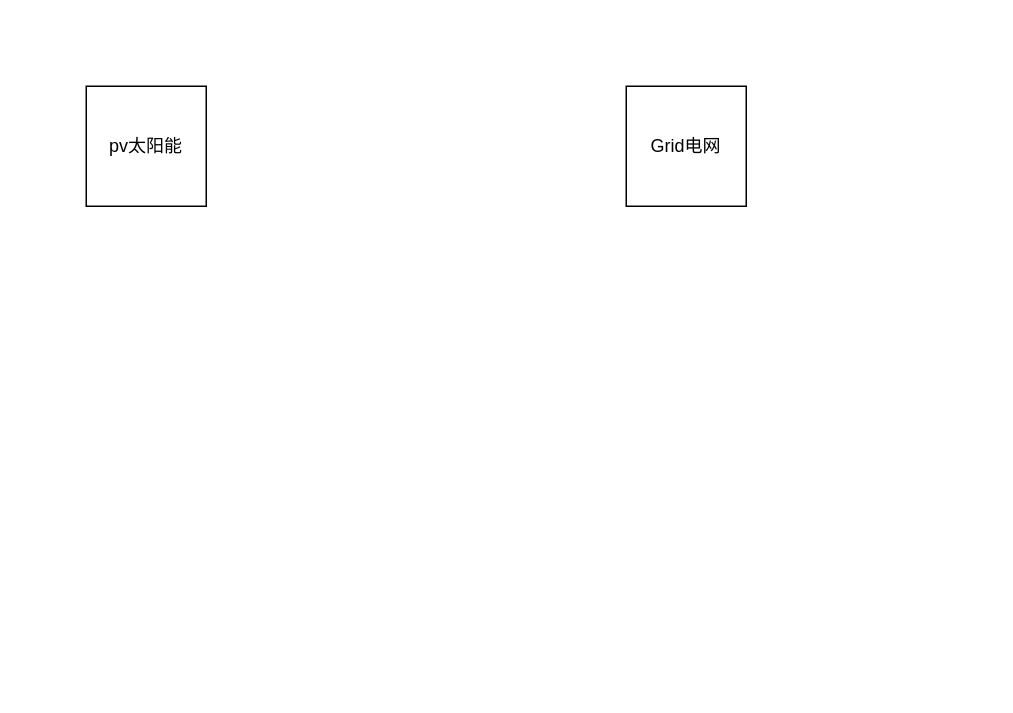
Above: 电能流向图.drawio in 18829388150/hello-world (draw.io), before the change. Source tidied: cells renumbered, new cells numbered last; positions are measured from the earlier drawing's top-left corner, leaving out a move shared by most shapes. Both pictures are drawn from the tidied source at 150%, with x=0, y=0 at pixel (86, 86).
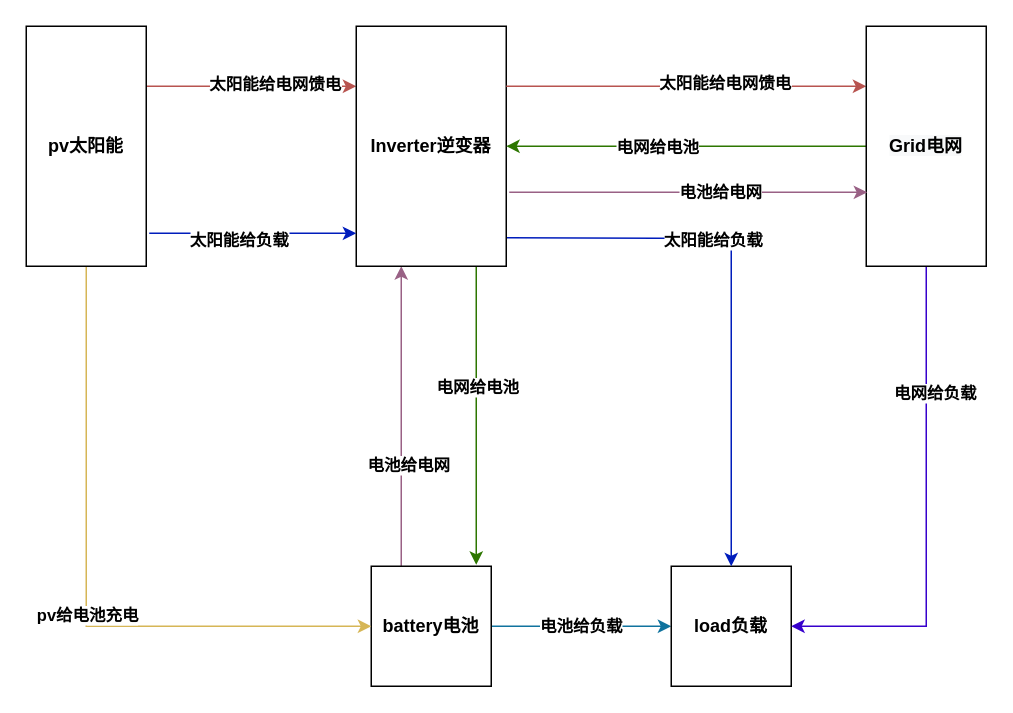
The same diagram, later.

Commit message:
Update 电能流向图.drawio

Change to the diagram source:
```diff
@@
+    <mxCell id="4" style="edgeStyle=orthogonalEdgeStyle;rounded=0;jettySize=auto;html=1;entryX=0;entryY=0.25;entryDx=0;entryDy=0;fillColor=#f8cecc;strokeColor=#b85450;exitX=1;exitY=0.25;exitDx=0;exitDy=0;fontStyle=1;" parent="1" edge="1" source="2" target="15">
+      <mxGeometry relative="1" as="geometry" />
+    </mxCell>
+    <mxCell id="5" value="太阳能给电网馈电" style="edgeLabel;html=1;align=center;verticalAlign=middle;fontStyle=1;" parent="4" vertex="1">
+      <mxGeometry x="0.21" y="2" relative="1" as="geometry" />
+    </mxCell>
+    <mxCell id="6" style="edgeStyle=orthogonalEdgeStyle;rounded=0;jettySize=auto;html=1;exitX=0.25;exitY=0;exitDx=0;exitDy=0;fillColor=#e6d0de;strokeColor=#996185;gradientColor=#d5739d;fontStyle=1;" parent="1" edge="1" source="9">
+      <mxGeometry relative="1" as="geometry">
+        <mxPoint x="210" y="120" as="targetPoint" />
+      </mxGeometry>
+    </mxCell>
+    <mxCell id="7" value="电池给电网" style="edgeLabel;html=1;align=center;verticalAlign=middle;fontStyle=1;" parent="6" vertex="1">
+      <mxGeometry x="-0.32" y="-4" relative="1" as="geometry" />
+    </mxCell>
+    <mxCell id="8" value="电池给负载" style="edgeStyle=orthogonalEdgeStyle;rounded=0;jettySize=auto;html=1;entryX=0;entryY=0.5;entryDx=0;entryDy=0;fontStyle=1;fillColor=#b1ddf0;strokeColor=#10739e;" parent="1" edge="1" source="9" target="10">
+      <mxGeometry relative="1" as="geometry" />
+    </mxCell>
+    <mxCell id="9" value="battery电池" style="whiteSpace=wrap;html=1;fontStyle=1;" parent="1" vertex="1">
+      <mxGeometry x="190" y="320" width="80" height="80" as="geometry" />
+    </mxCell>
+    <mxCell id="10" value="load负载" style="whiteSpace=wrap;html=1;fontStyle=1;" parent="1" vertex="1">
+      <mxGeometry x="390" y="320" width="80" height="80" as="geometry" />
+    </mxCell>
+    <mxCell id="11" style="edgeStyle=orthogonalEdgeStyle;rounded=0;jettySize=auto;html=1;entryX=0.5;entryY=0;entryDx=0;entryDy=0;fillColor=#0050ef;strokeColor=#001DBC;fontStyle=1;" parent="1" edge="1" target="10">
+      <mxGeometry relative="1" as="geometry">
+        <mxPoint x="280" y="101" as="sourcePoint" />
+      </mxGeometry>
+    </mxCell>
+    <mxCell id="12" value="太阳能给负载" style="edgeLabel;html=1;align=center;verticalAlign=middle;fontStyle=1;" parent="11" vertex="1">
+      <mxGeometry x="-0.25" y="-1" relative="1" as="geometry" />
+    </mxCell>
+    <mxCell id="13" style="edgeStyle=orthogonalEdgeStyle;rounded=0;orthogonalLoop=1;jettySize=auto;html=1;fillColor=#60a917;strokeColor=#2D7600;fontStyle=1;" parent="1" edge="1">
+      <mxGeometry relative="1" as="geometry">
+        <mxPoint x="260" y="120" as="sourcePoint" />
+        <mxPoint x="260" y="319" as="targetPoint" />
+      </mxGeometry>
+    </mxCell>
+    <mxCell id="14" value="电网给电池" style="edgeLabel;html=1;align=center;verticalAlign=middle;fontStyle=1;" parent="13" vertex="1">
+      <mxGeometry x="0.22" relative="1" as="geometry">
+        <mxPoint y="-41" as="offset" />
+      </mxGeometry>
+    </mxCell>
+    <mxCell id="15" value="&lt;span&gt;Inverter逆变器&lt;/span&gt;" style="rounded=0;whiteSpace=wrap;html=1;fontStyle=1;" parent="1" vertex="1">
+      <mxGeometry x="180" y="-40" width="100" height="160" as="geometry" />
+    </mxCell>
+    <mxCell id="16" style="edgeStyle=orthogonalEdgeStyle;rounded=0;jettySize=auto;html=1;entryX=0;entryY=0.25;entryDx=0;entryDy=0;fillColor=#f8cecc;strokeColor=#b85450;exitX=1;exitY=0.25;exitDx=0;exitDy=0;fontStyle=1;" parent="1" edge="1" source="15" target="3">
+      <mxGeometry relative="1" as="geometry" />
+    </mxCell>
+    <mxCell id="17" value="太阳能给电网馈电" style="edgeLabel;html=1;align=center;verticalAlign=middle;fontStyle=1;" parent="16" vertex="1">
+      <mxGeometry x="0.21" y="2" relative="1" as="geometry" />
+    </mxCell>
+    <mxCell id="18" style="endArrow=classic;html=1;exitX=1.025;exitY=0.863;exitDx=0;exitDy=0;entryX=0;entryY=0.863;entryDx=0;entryDy=0;fillColor=#0050ef;strokeColor=#001DBC;exitPerimeter=0;entryPerimeter=0;fontStyle=1;" parent="1" edge="1" source="2" target="15">
+      <mxGeometry relative="1" as="geometry" />
+    </mxCell>
+    <mxCell id="19" value="太阳能给负载" style="edgeLabel;html=1;align=center;verticalAlign=middle;fontStyle=1;" parent="18" vertex="1">
+      <mxGeometry x="-0.14" y="-4" relative="1" as="geometry" />
+    </mxCell>
+    <mxCell id="20" style="edgeStyle=orthogonalEdgeStyle;rounded=0;jettySize=auto;html=1;entryX=0;entryY=0.5;entryDx=0;entryDy=0;exitX=0.5;exitY=1;exitDx=0;exitDy=0;fillColor=#fff2cc;strokeColor=#d6b656;gradientColor=#ffd966;fontStyle=1;" parent="1" edge="1" source="2" target="9">
+      <mxGeometry relative="1" as="geometry" />
+    </mxCell>
+    <mxCell id="21" value="pv给电池充电" style="edgeLabel;html=1;align=center;verticalAlign=middle;fontStyle=1;" parent="20" vertex="1">
+      <mxGeometry x="0.08" relative="1" as="geometry" />
+    </mxCell>
-    <mxCell id="2" value="pv太阳能" style="whiteSpace=wrap;html=1;" parent="1" vertex="1">
-      <mxGeometry width="80" height="80" as="geometry" />
+    <mxCell id="2" value="&lt;span&gt;pv太阳能&lt;/span&gt;" style="rounded=0;whiteSpace=wrap;html=1;fontStyle=1;" parent="1" vertex="1">
+      <mxGeometry x="-40" y="-40" width="80" height="160" as="geometry" />
     </mxCell>
+    <mxCell id="22" style="edgeStyle=orthogonalEdgeStyle;rounded=0;jettySize=auto;html=1;entryX=1;entryY=0.5;entryDx=0;entryDy=0;fillColor=#60a917;strokeColor=#2D7600;fontStyle=1;" parent="1" edge="1" source="3" target="15">
+      <mxGeometry relative="1" as="geometry" />
+    </mxCell>
+    <mxCell id="23" value="电网给电池" style="edgeLabel;html=1;align=center;verticalAlign=middle;fontStyle=1;" parent="22" vertex="1">
+      <mxGeometry x="0.17" relative="1" as="geometry" />
+    </mxCell>
+    <mxCell id="24" style="edgeStyle=orthogonalEdgeStyle;rounded=0;jettySize=auto;html=1;entryX=1;entryY=0.5;entryDx=0;entryDy=0;exitX=0.5;exitY=1;exitDx=0;exitDy=0;fillColor=#6a00ff;strokeColor=#3700CC;fontStyle=1;" parent="1" edge="1" source="3" target="10">
+      <mxGeometry relative="1" as="geometry" />
+    </mxCell>
+    <mxCell id="25" value="电网给负载" style="edgeLabel;html=1;align=center;verticalAlign=middle;fontStyle=1;" parent="24" vertex="1">
+      <mxGeometry x="-0.49" y="5" relative="1" as="geometry" />
+    </mxCell>
-    <mxCell id="3" value="Grid电网" style="whiteSpace=wrap;html=1;" parent="1" vertex="1">
-      <mxGeometry x="360" width="80" height="80" as="geometry" />
+    <mxCell id="3" value="&#10;&#10;&lt;span style=&quot;color: rgb(0, 0, 0); font-family: helvetica; font-size: 12px; font-style: normal; letter-spacing: normal; text-align: center; text-indent: 0px; text-transform: none; word-spacing: 0px; background-color: rgb(248, 249, 250); display: inline; float: none;&quot;&gt;Grid电网&lt;/span&gt;&#10;&#10;" style="rounded=0;whiteSpace=wrap;html=1;fontStyle=1;" parent="1" vertex="1">
+      <mxGeometry x="520" y="-40" width="80" height="160" as="geometry" />
     </mxCell>
+    <mxCell id="26" style="edgeStyle=orthogonalEdgeStyle;rounded=0;jettySize=auto;html=1;entryX=0.008;entryY=0.692;entryDx=0;entryDy=0;fillColor=#e6d0de;strokeColor=#996185;exitX=1.02;exitY=0.692;exitDx=0;exitDy=0;gradientColor=#d5739d;exitPerimeter=0;entryPerimeter=0;fontStyle=1;" parent="1" edge="1" source="15" target="3">
+      <mxGeometry relative="1" as="geometry" />
+    </mxCell>
+    <mxCell id="27" value="电池给电网" style="edgeLabel;html=1;align=center;verticalAlign=middle;fontStyle=1;" parent="26" vertex="1">
+      <mxGeometry x="0.17" relative="1" as="geometry" />
+    </mxCell>
```
